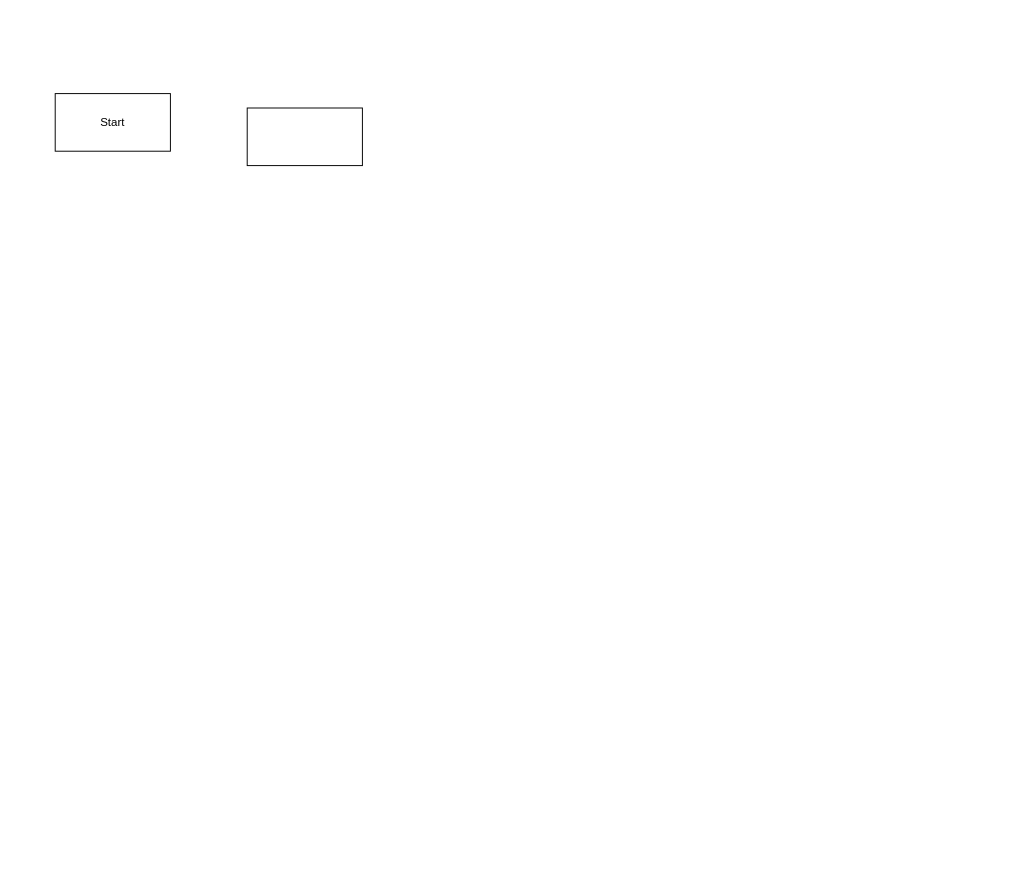
Before: lead_profile_notebook.drawio in CamilleDolma/sql-learn, a draw.io diagram. Source tidied: cells renumbered, new cells numbered last; positions are measured from the earlier drawing's top-left corner, leaving out a move shared by most shapes. Both pictures are drawn from the tidied source at 96%, with x=0, y=0 at pixel (55, 93).
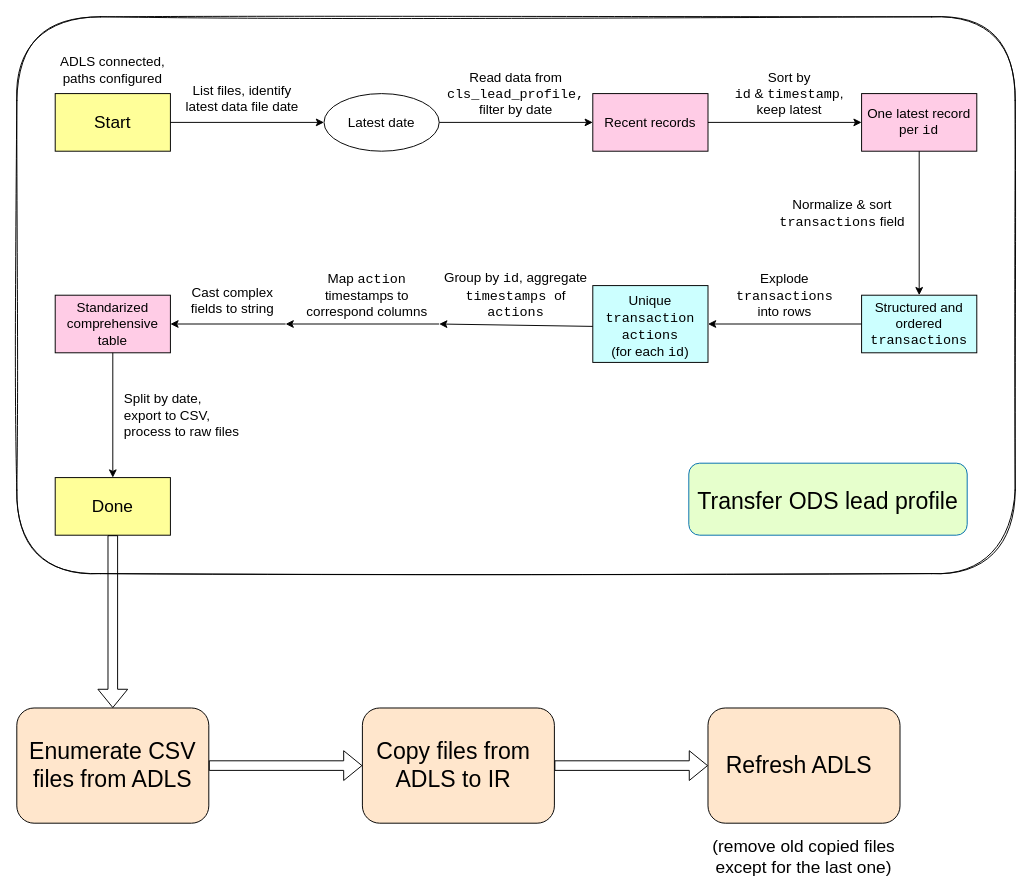
The same page after the edit.

Diff of the diagram source:
```diff
@@
+    <mxCell id="5" style="rounded=1;whiteSpace=wrap;html=1;shadow=0;strokeColor=default;fillColor=none;sketch=1;curveFitting=1;jiggle=2;" parent="1" vertex="1">
+      <mxGeometry x="-40" y="-80" width="1040" height="580" as="geometry" />
+    </mxCell>
+    <mxCell id="6" style="rounded=1;whiteSpace=wrap;html=1;shadow=0;strokeColor=#006EAF;align=center;verticalAlign=middle;fontFamily=Helvetica;fontSize=12;fontColor=#ffffff;fillColor=#E6FFCC;" parent="1" vertex="1">
+      <mxGeometry x="660" y="385" width="290" height="75" as="geometry" />
+    </mxCell>
-    <mxCell id="2" style="rounded=0;whiteSpace=wrap;html=1;" parent="1" vertex="1">
+    <mxCell id="2" style="rounded=0;whiteSpace=wrap;html=1;fillColor=#FFFF99;" parent="1" vertex="1">
       <mxGeometry width="120" height="60" as="geometry" />
     </mxCell>
-    <mxCell id="3" value="Start" style="text;html=1;align=center;verticalAlign=middle;whiteSpace=wrap;rounded=0;" parent="1" vertex="1">
+    <mxCell id="3" value="&lt;font style=&quot;font-size: 18px;&quot;&gt;Start&lt;/font&gt;" style="text;html=1;align=center;verticalAlign=middle;whiteSpace=wrap;rounded=0;" parent="1" vertex="1">
       <mxGeometry x="30" y="15" width="60" height="30" as="geometry" />
     </mxCell>
-    <mxCell id="4" style="rounded=0;whiteSpace=wrap;html=1;" parent="1" vertex="1">
-      <mxGeometry x="200" y="15" width="120" height="60" as="geometry" />
-    </mxCell>
+    <mxCell id="7" style="rounded=0;whiteSpace=wrap;html=1;fillColor=#FFCCE6;" parent="1" vertex="1">
+      <mxGeometry x="560" width="120" height="60" as="geometry" />
+    </mxCell>
+    <mxCell id="8" value="&lt;font style=&quot;font-size: 14px;&quot;&gt;ADLS connected, paths configured&lt;/font&gt;" style="text;html=1;align=center;verticalAlign=middle;whiteSpace=wrap;rounded=0;" parent="1" vertex="1">
+      <mxGeometry y="-40" width="120" height="30" as="geometry" />
+    </mxCell>
+    <mxCell id="9" style="endArrow=classic;html=1;rounded=0;entryX=0;entryY=0.5;entryDx=0;entryDy=0;" parent="1" edge="1">
+      <mxGeometry relative="1" as="geometry">
+        <mxPoint x="120" y="30" as="sourcePoint" />
+        <mxPoint x="280" y="30" as="targetPoint" />
+      </mxGeometry>
+    </mxCell>
+    <mxCell id="10" value="&lt;font style=&quot;font-size: 14px;&quot;&gt;List files, identify latest data file date&lt;/font&gt;" style="text;html=1;align=center;verticalAlign=middle;whiteSpace=wrap;rounded=0;" parent="1" vertex="1">
+      <mxGeometry x="130" y="-10" width="130" height="30" as="geometry" />
+    </mxCell>
+    <mxCell id="11" style="ellipse;whiteSpace=wrap;html=1;" parent="1" vertex="1">
+      <mxGeometry x="280" width="120" height="60" as="geometry" />
+    </mxCell>
+    <mxCell id="12" value="&lt;font style=&quot;font-size: 14px;&quot;&gt;Latest date&lt;/font&gt;" style="text;html=1;align=center;verticalAlign=middle;whiteSpace=wrap;rounded=0;" parent="1" vertex="1">
+      <mxGeometry x="300" y="15" width="80" height="30" as="geometry" />
+    </mxCell>
+    <mxCell id="13" style="endArrow=classic;html=1;rounded=0;entryX=0;entryY=0.5;entryDx=0;entryDy=0;" parent="1" edge="1" target="7">
+      <mxGeometry relative="1" as="geometry">
+        <mxPoint x="400" y="30" as="sourcePoint" />
+      </mxGeometry>
+    </mxCell>
+    <mxCell id="14" value="&lt;font style=&quot;font-size: 14px;&quot;&gt;Read data from &lt;font face=&quot;Courier New&quot;&gt;cls_lead_profile,&lt;/font&gt;&lt;/font&gt;&lt;div&gt;&lt;font style=&quot;font-size: 14px;&quot;&gt;filter by date&lt;/font&gt;&lt;/div&gt;" style="text;html=1;align=center;verticalAlign=middle;whiteSpace=wrap;rounded=0;" parent="1" vertex="1">
+      <mxGeometry x="450" y="-15" width="60" height="30" as="geometry" />
+    </mxCell>
+    <mxCell id="15" value="&lt;font style=&quot;font-size: 14px;&quot;&gt;Recent records&lt;/font&gt;" style="text;html=1;align=center;verticalAlign=middle;whiteSpace=wrap;rounded=0;" parent="1" vertex="1">
+      <mxGeometry x="570" y="15" width="100" height="30" as="geometry" />
+    </mxCell>
+    <mxCell id="16" style="endArrow=classic;html=1;rounded=0;" parent="1" edge="1">
+      <mxGeometry relative="1" as="geometry">
+        <mxPoint x="680" y="30" as="sourcePoint" />
+        <mxPoint x="840" y="30" as="targetPoint" />
+      </mxGeometry>
+    </mxCell>
+    <mxCell id="17" value="&lt;font style=&quot;font-size: 14px;&quot;&gt;Sort by&lt;/font&gt;&lt;div&gt;&lt;font style=&quot;font-size: 14px;&quot;&gt;&lt;font face=&quot;Courier New&quot;&gt;id&lt;/font&gt; &amp;amp; &lt;font face=&quot;Courier New&quot;&gt;timestamp&lt;/font&gt;,&lt;/font&gt;&lt;div&gt;&lt;font style=&quot;font-size: 14px;&quot;&gt;keep latest&lt;/font&gt;&lt;/div&gt;&lt;/div&gt;" style="text;html=1;align=center;verticalAlign=middle;whiteSpace=wrap;rounded=0;" parent="1" vertex="1">
+      <mxGeometry x="680" y="-15" width="170" height="30" as="geometry" />
+    </mxCell>
+    <mxCell id="18" style="rounded=0;whiteSpace=wrap;html=1;fillColor=#FFCCE6;strokeColor=default;" parent="1" vertex="1">
+      <mxGeometry x="840" width="120" height="60" as="geometry" />
+    </mxCell>
+    <mxCell id="19" value="&lt;font style=&quot;font-size: 14px;&quot;&gt;One latest record per &lt;font face=&quot;Courier New&quot;&gt;id&lt;/font&gt;&lt;/font&gt;" style="text;html=1;align=center;verticalAlign=middle;whiteSpace=wrap;rounded=0;" parent="1" vertex="1">
+      <mxGeometry x="840" y="15" width="120" height="30" as="geometry" />
+    </mxCell>
+    <mxCell id="20" style="endArrow=classic;html=1;rounded=0;" parent="1" edge="1">
+      <mxGeometry relative="1" as="geometry">
+        <mxPoint x="900" y="60" as="sourcePoint" />
+        <mxPoint x="900" y="210" as="targetPoint" />
+      </mxGeometry>
+    </mxCell>
+    <mxCell id="21" value="&lt;font style=&quot;font-size: 14px;&quot;&gt;Normalize &amp;amp; sort &lt;font face=&quot;Courier New&quot;&gt;transactions&lt;/font&gt; field&lt;/font&gt;" style="text;html=1;align=center;verticalAlign=middle;whiteSpace=wrap;rounded=0;" parent="1" vertex="1">
+      <mxGeometry x="750" y="110" width="140" height="30" as="geometry" />
+    </mxCell>
+    <mxCell id="22" style="rounded=0;whiteSpace=wrap;html=1;fillColor=#CCFFFF;" parent="1" vertex="1">
+      <mxGeometry x="840" y="210" width="120" height="60" as="geometry" />
+    </mxCell>
+    <mxCell id="23" value="&lt;font style=&quot;font-size: 14px;&quot;&gt;Structured and ordered &lt;font face=&quot;Courier New&quot;&gt;transactions&lt;/font&gt;&lt;/font&gt;" style="text;html=1;align=center;verticalAlign=middle;whiteSpace=wrap;rounded=0;" parent="1" vertex="1">
+      <mxGeometry x="870" y="225" width="60" height="30" as="geometry" />
+    </mxCell>
+    <mxCell id="24" style="endArrow=classic;html=1;rounded=0;exitX=0;exitY=0.5;exitDx=0;exitDy=0;" parent="1" edge="1" source="22">
+      <mxGeometry relative="1" as="geometry">
+        <mxPoint x="680" y="240" as="targetPoint" />
+      </mxGeometry>
+    </mxCell>
+    <mxCell id="25" value="&lt;font style=&quot;font-size: 14px;&quot;&gt;Explode&lt;/font&gt;&lt;div&gt;&lt;font style=&quot;font-size: 14px;&quot;&gt;&lt;font face=&quot;Courier New&quot;&gt;transactions&lt;/font&gt;&lt;/font&gt;&lt;/div&gt;&lt;div&gt;&lt;font style=&quot;font-size: 14px;&quot;&gt;into rows&lt;/font&gt;&lt;/div&gt;" style="text;html=1;align=center;verticalAlign=middle;whiteSpace=wrap;rounded=0;" parent="1" vertex="1">
+      <mxGeometry x="680" y="195" width="160" height="30" as="geometry" />
+    </mxCell>
+    <mxCell id="26" style="rounded=0;whiteSpace=wrap;html=1;fillColor=#CCFFFF;" parent="1" vertex="1">
+      <mxGeometry x="560" y="200" width="120" height="80" as="geometry" />
+    </mxCell>
+    <mxCell id="27" value="&lt;font style=&quot;font-size: 14px;&quot;&gt;Unique&lt;/font&gt;&lt;div&gt;&lt;font style=&quot;font-size: 14px;&quot;&gt;&lt;font face=&quot;Courier New&quot;&gt;transaction&lt;/font&gt; &lt;font face=&quot;Courier New&quot;&gt;actions&lt;/font&gt;&lt;/font&gt;&lt;div&gt;&lt;font style=&quot;font-size: 14px;&quot;&gt;(for each &lt;font style=&quot;&quot; face=&quot;Courier New&quot;&gt;id&lt;/font&gt;)&lt;/font&gt;&lt;/div&gt;&lt;/div&gt;" style="text;html=1;align=center;verticalAlign=middle;whiteSpace=wrap;rounded=0;" parent="1" vertex="1">
+      <mxGeometry x="560" y="230" width="120" height="25" as="geometry" />
+    </mxCell>
+    <mxCell id="28" style="endArrow=classic;html=1;rounded=0;exitX=0;exitY=0.5;exitDx=0;exitDy=0;" parent="1" edge="1" source="27">
+      <mxGeometry relative="1" as="geometry">
+        <mxPoint x="400" y="240" as="targetPoint" />
+      </mxGeometry>
+    </mxCell>
+    <mxCell id="29" value="&lt;font style=&quot;font-size: 14px;&quot;&gt;Group by &lt;font face=&quot;Courier New&quot;&gt;id&lt;/font&gt;, aggregate &lt;font face=&quot;Courier New&quot;&gt;timestamps &lt;/font&gt;&lt;font face=&quot;Helvetica&quot;&gt;of&lt;/font&gt;&lt;font face=&quot;Courier New&quot;&gt; actions&lt;/font&gt;&lt;/font&gt;" style="text;html=1;align=center;verticalAlign=middle;whiteSpace=wrap;rounded=0;" parent="1" vertex="1">
+      <mxGeometry x="400" y="195" width="160" height="30" as="geometry" />
+    </mxCell>
+    <mxCell id="30" style="endArrow=classic;html=1;rounded=0;" parent="1" edge="1">
+      <mxGeometry relative="1" as="geometry">
+        <mxPoint x="400" y="240" as="sourcePoint" />
+        <mxPoint x="240" y="240" as="targetPoint" />
+      </mxGeometry>
+    </mxCell>
+    <mxCell id="31" value="&lt;font style=&quot;font-size: 14px;&quot;&gt;Map &lt;font face=&quot;Courier New&quot;&gt;action&lt;/font&gt; timestamps to correspond columns&lt;/font&gt;" style="text;html=1;align=center;verticalAlign=middle;whiteSpace=wrap;rounded=0;" parent="1" vertex="1">
+      <mxGeometry x="260" y="195" width="130" height="30" as="geometry" />
+    </mxCell>
+    <mxCell id="32" style="rounded=0;whiteSpace=wrap;html=1;fillColor=#FFCCE6;" parent="1" vertex="1">
+      <mxGeometry y="210" width="120" height="60" as="geometry" />
+    </mxCell>
+    <mxCell id="33" value="&lt;font style=&quot;font-size: 14px;&quot;&gt;Standarized comprehensive table&lt;/font&gt;" style="text;html=1;align=center;verticalAlign=middle;whiteSpace=wrap;rounded=0;" parent="1" vertex="1">
+      <mxGeometry x="30" y="225" width="60" height="30" as="geometry" />
+    </mxCell>
+    <mxCell id="34" style="endArrow=classic;html=1;rounded=0;" parent="1" edge="1" target="32">
+      <mxGeometry relative="1" as="geometry">
+        <mxPoint x="240" y="240" as="sourcePoint" />
+      </mxGeometry>
+    </mxCell>
+    <mxCell id="35" value="&lt;font style=&quot;font-size: 14px;&quot;&gt;Cast complex fields to string&lt;/font&gt;" style="text;html=1;align=center;verticalAlign=middle;whiteSpace=wrap;rounded=0;" parent="1" vertex="1">
+      <mxGeometry x="140" y="200" width="90" height="30" as="geometry" />
+    </mxCell>
+    <mxCell id="36" style="endArrow=classic;html=1;rounded=0;exitX=0.5;exitY=1;exitDx=0;exitDy=0;" parent="1" edge="1" source="32">
+      <mxGeometry relative="1" as="geometry">
+        <mxPoint x="60" y="400" as="targetPoint" />
+      </mxGeometry>
+    </mxCell>
+    <mxCell id="37" value="&lt;font style=&quot;font-size: 14px;&quot;&gt;Split by date,&lt;/font&gt;&lt;div&gt;&lt;font style=&quot;font-size: 14px;&quot;&gt;export to CSV,&lt;/font&gt;&lt;div&gt;&lt;font style=&quot;font-size: 14px;&quot;&gt;process to raw files&lt;/font&gt;&lt;/div&gt;&lt;/div&gt;" style="text;html=1;align=left;verticalAlign=middle;whiteSpace=wrap;rounded=0;" parent="1" vertex="1">
+      <mxGeometry x="70" y="320" width="130" height="30" as="geometry" />
+    </mxCell>
+    <mxCell id="38" style="rounded=0;whiteSpace=wrap;html=1;fillColor=#FFFF99;" parent="1" vertex="1">
+      <mxGeometry y="400" width="120" height="60" as="geometry" />
+    </mxCell>
+    <mxCell id="39" value="&lt;font style=&quot;font-size: 18px;&quot;&gt;Done&lt;/font&gt;" style="text;html=1;align=center;verticalAlign=middle;whiteSpace=wrap;rounded=0;" parent="1" vertex="1">
+      <mxGeometry x="30" y="415" width="60" height="30" as="geometry" />
+    </mxCell>
+    <mxCell id="40" value="&lt;font style=&quot;font-size: 24px; color: light-dark(rgb(0, 0, 0), rgb(0, 0, 0));&quot;&gt;Transfer ODS lead profile&lt;/font&gt;" style="text;html=1;align=center;verticalAlign=middle;whiteSpace=wrap;rounded=0;fontFamily=Helvetica;fontSize=12;fontColor=default;" parent="1" vertex="1">
+      <mxGeometry x="660" y="410" width="290" height="30" as="geometry" />
+    </mxCell>
+    <mxCell id="41" style="shape=flexArrow;endArrow=classic;html=1;rounded=0;fontFamily=Helvetica;fontSize=12;fontColor=default;" parent="1" edge="1" source="38">
+      <mxGeometry relative="1" as="geometry">
+        <mxPoint x="60" y="640" as="targetPoint" />
+      </mxGeometry>
+    </mxCell>
+    <mxCell id="42" style="rounded=1;whiteSpace=wrap;html=1;shadow=0;strokeColor=default;align=center;verticalAlign=middle;fontFamily=Helvetica;fontSize=12;fontColor=default;fillColor=#FFE6CC;" parent="1" vertex="1">
+      <mxGeometry x="-40" y="640" width="200" height="120" as="geometry" />
+    </mxCell>
+    <mxCell id="43" value="&lt;font style=&quot;font-size: 24px;&quot;&gt;Enumerate CSV files from ADLS&lt;/font&gt;" style="text;html=1;align=center;verticalAlign=middle;whiteSpace=wrap;rounded=0;fontFamily=Helvetica;fontSize=12;fontColor=default;" parent="1" vertex="1">
+      <mxGeometry x="-30" y="685" width="180" height="30" as="geometry" />
+    </mxCell>
+    <mxCell id="44" style="shape=flexArrow;endArrow=classic;html=1;rounded=0;fontFamily=Helvetica;fontSize=12;fontColor=default;exitX=1;exitY=0.5;exitDx=0;exitDy=0;" parent="1" edge="1" source="42">
+      <mxGeometry relative="1" as="geometry">
+        <mxPoint x="320" y="700" as="targetPoint" />
+      </mxGeometry>
+    </mxCell>
+    <mxCell id="45" style="rounded=1;whiteSpace=wrap;html=1;shadow=0;strokeColor=default;align=center;verticalAlign=middle;fontFamily=Helvetica;fontSize=12;fontColor=default;fillColor=#FFE6CC;" parent="1" vertex="1">
+      <mxGeometry x="320" y="640" width="200" height="120" as="geometry" />
+    </mxCell>
+    <mxCell id="46" value="&lt;font style=&quot;font-size: 24px;&quot;&gt;Copy files from ADLS to IR&lt;/font&gt;" style="text;html=1;align=center;verticalAlign=middle;whiteSpace=wrap;rounded=0;fontFamily=Helvetica;fontSize=12;fontColor=default;" parent="1" vertex="1">
+      <mxGeometry x="330" y="685" width="170" height="30" as="geometry" />
+    </mxCell>
+    <mxCell id="47" style="shape=flexArrow;endArrow=classic;html=1;rounded=0;fontFamily=Helvetica;fontSize=12;fontColor=default;exitX=1;exitY=0.5;exitDx=0;exitDy=0;" parent="1" edge="1" source="45">
+      <mxGeometry relative="1" as="geometry">
+        <mxPoint x="680" y="700" as="targetPoint" />
+      </mxGeometry>
+    </mxCell>
+    <mxCell id="48" style="rounded=1;whiteSpace=wrap;html=1;shadow=0;strokeColor=default;align=center;verticalAlign=middle;fontFamily=Helvetica;fontSize=12;fontColor=default;fillColor=#FFE6CC;" parent="1" vertex="1">
+      <mxGeometry x="680" y="640" width="200" height="120" as="geometry" />
+    </mxCell>
+    <mxCell id="49" value="&lt;font style=&quot;font-size: 24px;&quot;&gt;Refresh ADLS&lt;/font&gt;" style="text;html=1;align=center;verticalAlign=middle;whiteSpace=wrap;rounded=0;fontFamily=Helvetica;fontSize=12;fontColor=default;" parent="1" vertex="1">
+      <mxGeometry x="680" y="685" width="190" height="30" as="geometry" />
+    </mxCell>
+    <mxCell id="50" value="&lt;div&gt;&lt;font style=&quot;font-size: 18px;&quot;&gt;(remove&amp;nbsp;&lt;/font&gt;&lt;span style=&quot;font-size: 18px; background-color: transparent; color: light-dark(rgb(0, 0, 0), rgb(255, 255, 255));&quot;&gt;old copied files&lt;/span&gt;&lt;/div&gt;&lt;div&gt;&lt;span style=&quot;font-size: 18px; background-color: transparent; color: light-dark(rgb(0, 0, 0), rgb(255, 255, 255));&quot;&gt;except for the last one)&lt;/span&gt;&lt;/div&gt;" style="text;html=1;align=center;verticalAlign=middle;whiteSpace=wrap;rounded=0;fontFamily=Helvetica;fontSize=12;fontColor=default;" parent="1" vertex="1">
+      <mxGeometry x="585" y="780" width="390" height="30" as="geometry" />
+    </mxCell>
```
